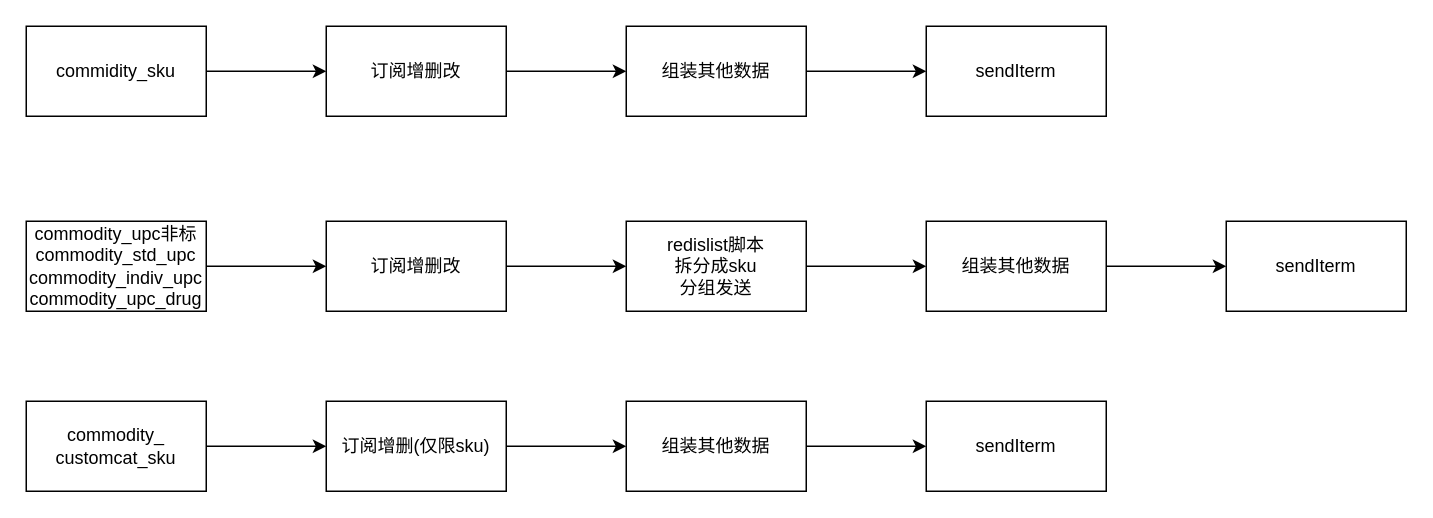
This is 推主站检索-sku.drawio from zhugaozi/drawIo, a draw.io file, before an edit. Source tidied: cells renumbered, new cells numbered last; positions are measured from the earlier drawing's top-left corner, leaving out a move shared by most shapes. Both pictures are drawn from the tidied source at 150%, with x=0, y=0 at pixel (26, 26).
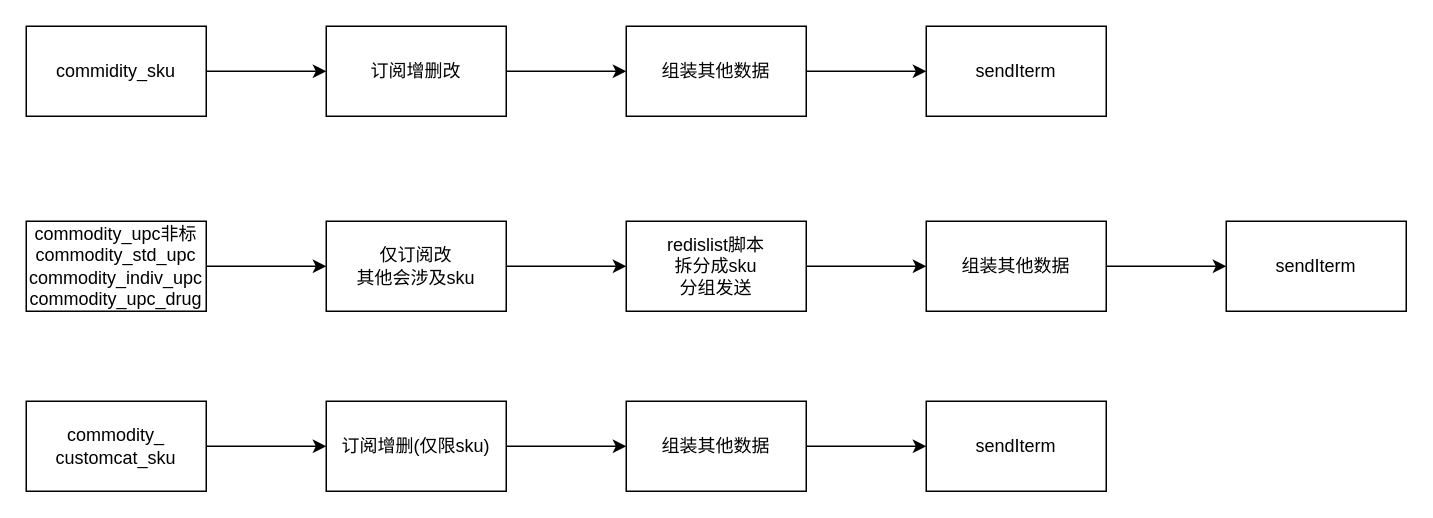
The same page after the edit.

Commit message (it also covers changes not shown here):
Update 推主站检索-sku.drawio

The edit, as a diff of the source:
```diff
@@
-    <mxCell id="12" value="&lt;span&gt;订阅增删改&lt;/span&gt;" style="rounded=0;whiteSpace=wrap;html=1;" parent="1" vertex="1">
+    <mxCell id="12" value="&lt;span&gt;仅订阅改&lt;br&gt;其他会涉及sku&lt;br&gt;&lt;/span&gt;" style="rounded=0;whiteSpace=wrap;html=1;" parent="1" vertex="1">
       <mxGeometry x="200" y="130" width="120" height="60" as="geometry" />
     </mxCell>
```
